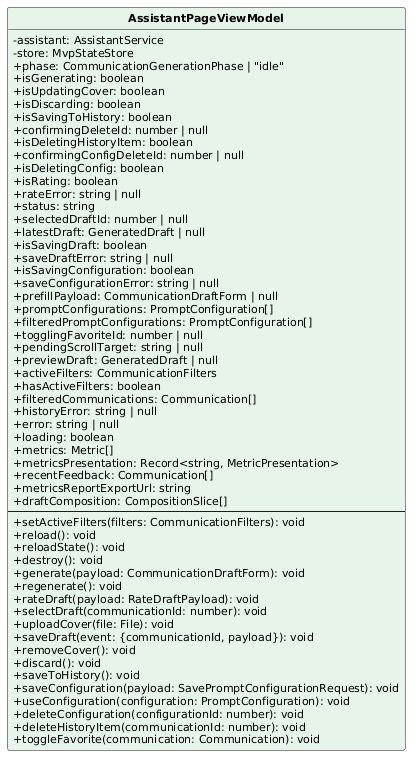
Earlier version of the PlantUML export PB/Specifica Tecnica/ImmaginiSpecificaTecnica/ClassiSingoleFrontend/AssistantPageViewModel.png (aLittleByte-19/Documentazione).
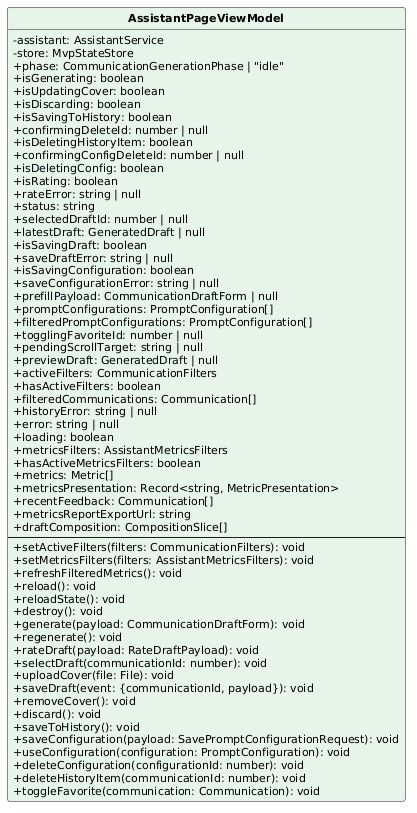
Above is the later version.

What changed in the source:
```diff
@@ -38,6 +38,8 @@
   +historyError: string | null
   +error: string | null
   +loading: boolean
+  +metricsFilters: AssistantMetricsFilters
+  +hasActiveMetricsFilters: boolean
   +metrics: Metric[]
   +metricsPresentation: Record<string, MetricPresentation>
   +recentFeedback: Communication[]
@@ -45,6 +47,8 @@
   +draftComposition: CompositionSlice[]
   --
   +setActiveFilters(filters: CommunicationFilters): void
+  +setMetricsFilters(filters: AssistantMetricsFilters): void
+  +refreshFilteredMetrics(): void
   +reload(): void
   +reloadState(): void
   +destroy(): void
```
